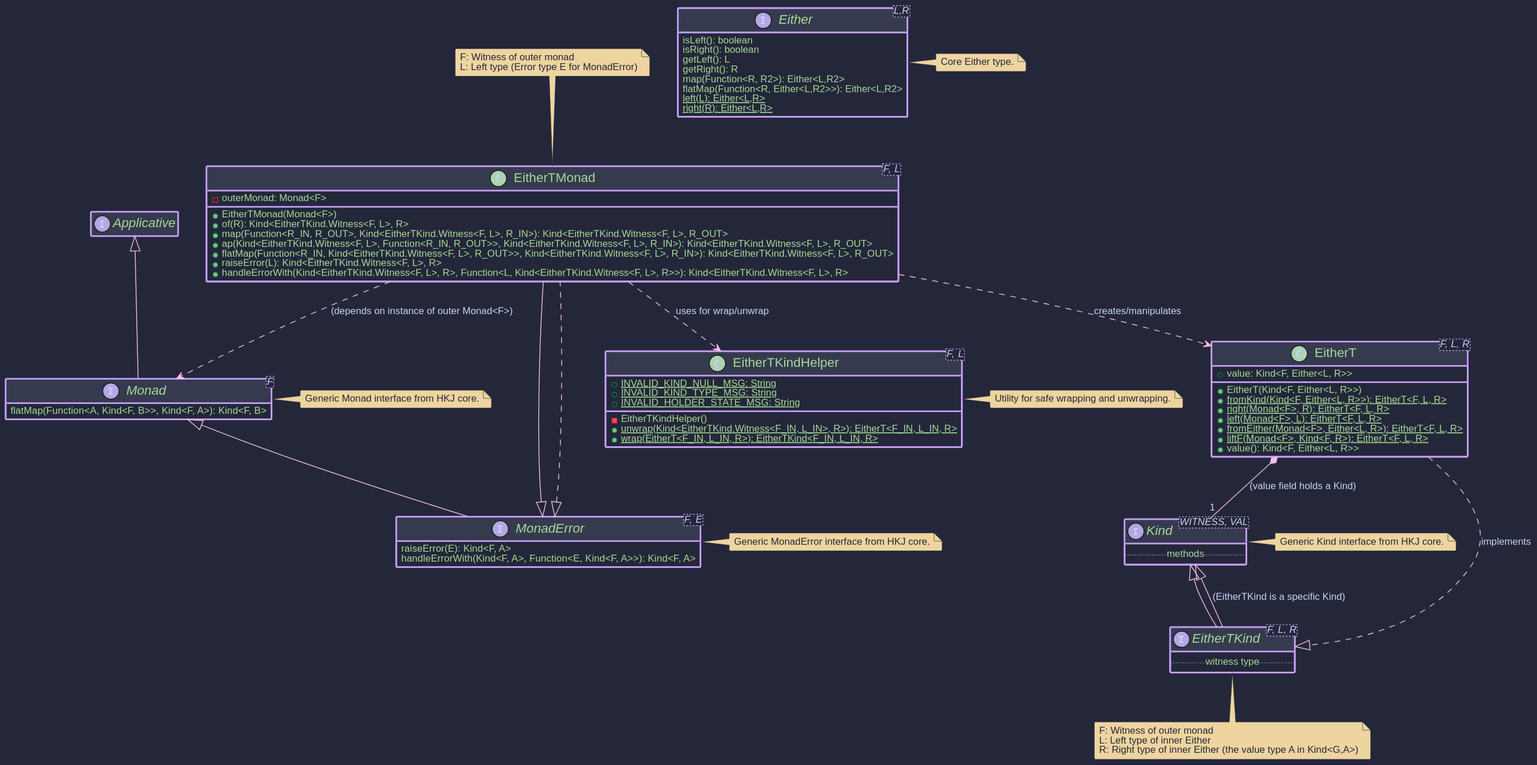
The PlantUML diagram hkj-book/src/images/puml/eithert_transformer.svg in higher-kinded-j/higher-kinded-j, before a commit.
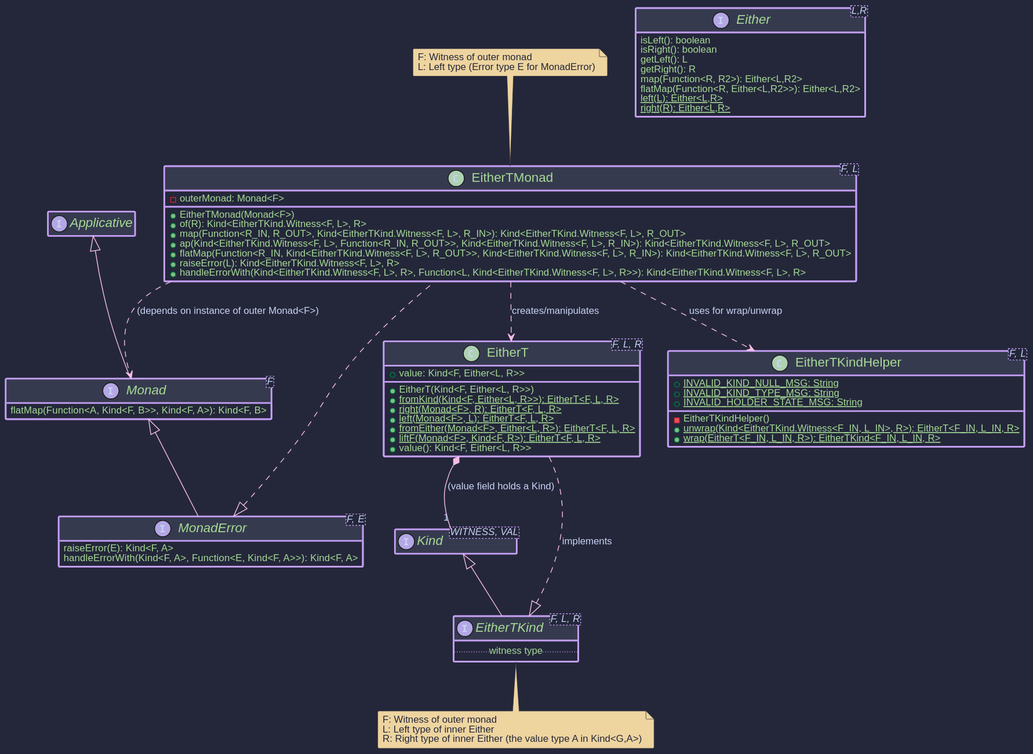
After the commit.

The edit, as a diff of the source:
```diff
@@ -3,23 +3,17 @@
 
 hide empty members
 
-
   interface Kind<WITNESS, VAL> {
-    .. methods ..
   }
-  note right of Kind: Generic Kind interface from HKJ core.
 
   interface Monad<F> extends Applicative<F> {
     flatMap(Function<A, Kind<F, B>>, Kind<F, A>): Kind<F, B>
   }
-  note right of Monad: Generic Monad interface from HKJ core.
 
   interface MonadError<F, E> extends Monad<F> {
     raiseError(E): Kind<F, A>
     handleErrorWith(Kind<F, A>, Function<E, Kind<F, A>>): Kind<F, A>
   }
-  note right of MonadError: Generic MonadError interface from HKJ core.
-
 
   class EitherT<F, L, R> {
     + value: Kind<F, Either<L, R>>
@@ -51,8 +45,6 @@
     + {static} unwrap(Kind<EitherTKind.Witness<F_IN, L_IN>, R>): EitherT<F_IN, L_IN, R>
     + {static} wrap(EitherT<F_IN, L_IN, R>): EitherTKind<F_IN, L_IN, R>
   }
-  note right of EitherTKindHelper: Utility for safe wrapping and unwrapping.
-
 
   class EitherTMonad<F, L> implements MonadError<EitherTKind.Witness<F, L>, L> {
     - outerMonad: Monad<F>
@@ -72,7 +64,7 @@
   EitherTMonad ..> EitherTKindHelper : uses for wrap/unwrap
   EitherTMonad ..> EitherT : creates/manipulates
   EitherTMonad ..> Monad : (depends on instance of outer Monad<F>)
-  EitherTMonad --|> MonadError
+
 
 
     interface Either<L,R> {
@@ -85,10 +77,10 @@
        {static} left(L): Either<L,R>
        {static} right(R): Either<L,R>
     }
-    note right of Either: Core Either type.
+
 
 
   EitherT *-- "1" Kind : (value field holds a Kind)
-  Kind <|-- EitherTKind : (EitherTKind is a specific Kind)
+
 
 @enduml
```
